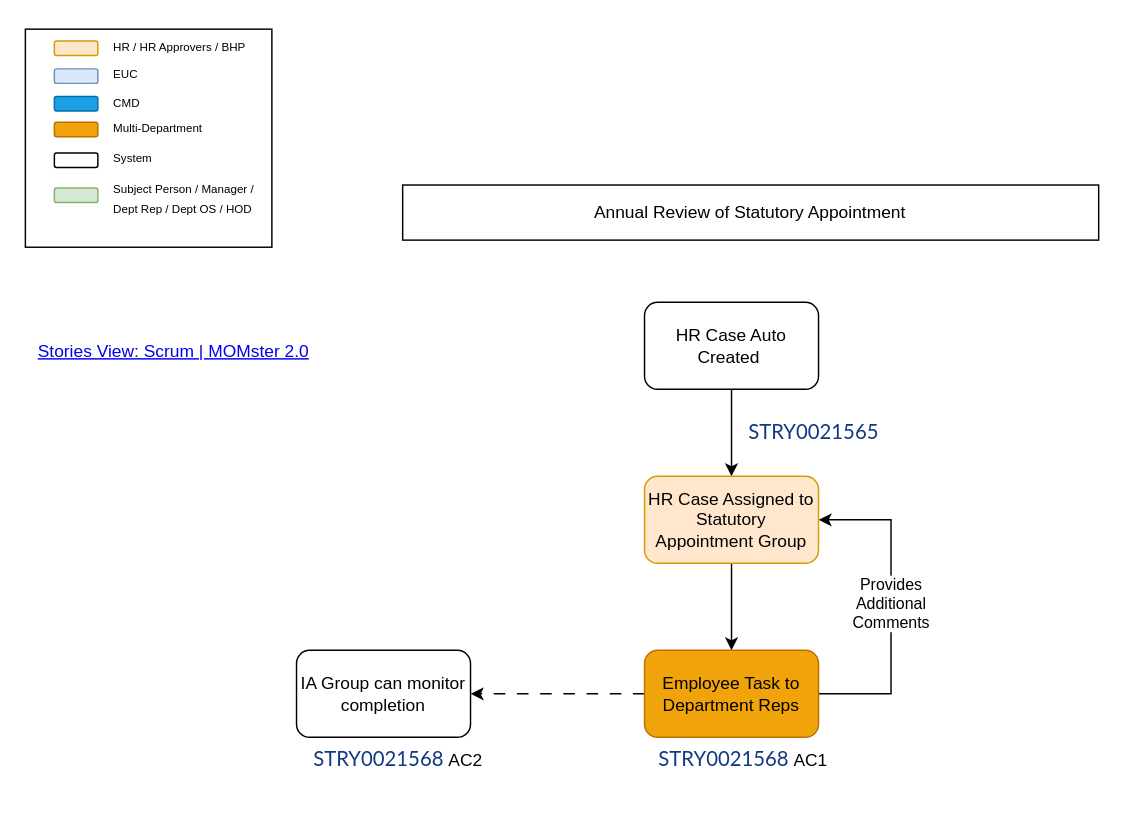
Before: page "Statutory Appointment Annual Review" (5 of 8) of Gazette 2026 Nov - v2.4.drawio in wcquek/EnableFujitsu, a draw.io diagram. Source tidied: cells renumbered, new cells numbered last; positions are measured from the earlier drawing's top-left corner, leaving out a move shared by most shapes. Both pictures are drawn from the tidied source at 145%, with x=0, y=0 at pixel (25, 25).
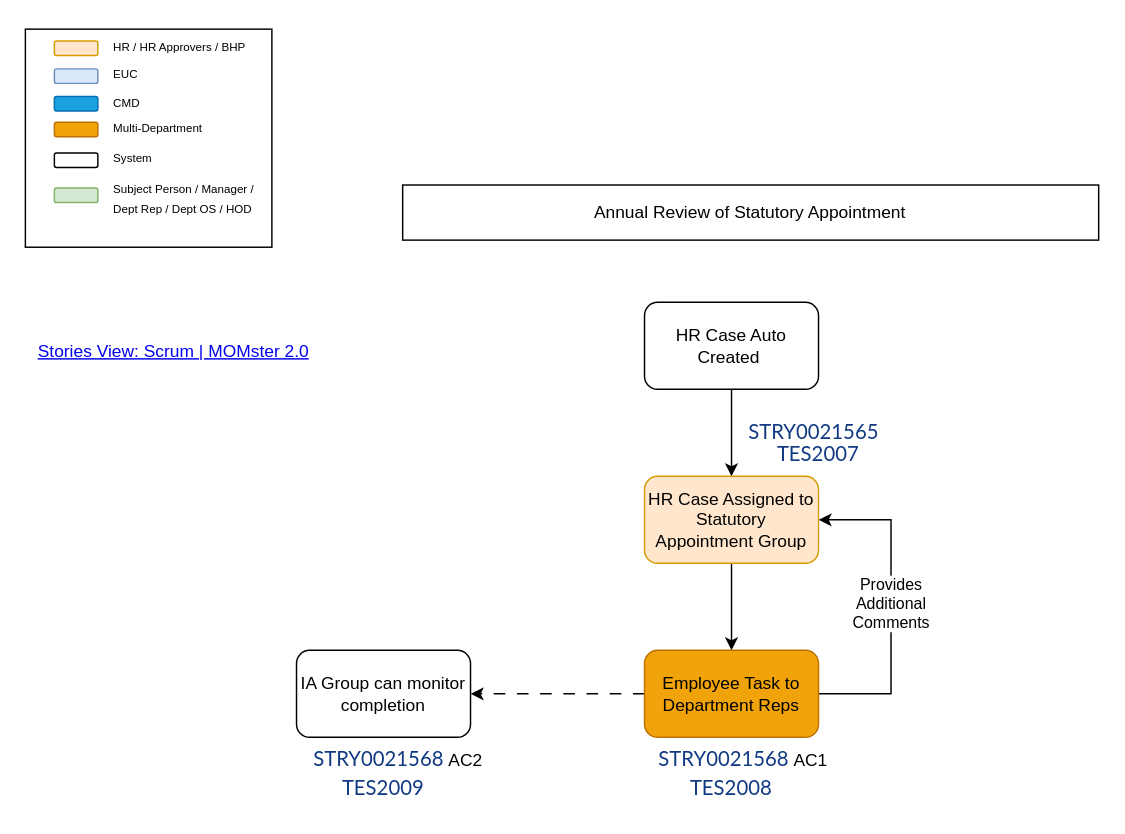
The same page after the edit.

The edit, as a diff of the source:
```diff
@@
+    <mxCell id="29" value="&lt;a class=&quot;linked formlink&quot; aria-label=&quot;Open record: TES2007&quot; href=&quot;https://momster-uat.mom.gov.sg/u_test_scripts.do?sys_id=97feed968d585f1060614a0355507c06&amp;amp;sysparm_record_target=u_test_scripts&amp;amp;sysparm_record_row=9&amp;amp;sysparm_record_rows=715&amp;amp;sysparm_record_list=ORDERBYDESCnumber&quot; style=&quot;text-align: left; background: 0px 0px; box-sizing: border-box; scrollbar-color: rgb(82, 113, 129) rgb(245, 246, 247); scrollbar-width: auto; cursor: pointer; text-decoration: none; transition: color 0.3s cubic-bezier(0.075, 0.82, 0.165, 1); font-size: 14px; font-family: Lato, Arial, sans-serif; color: rgb(17, 58, 130);&quot;&gt;TES2007&lt;/a&gt;" style="text;html=1;whiteSpace=wrap;strokeColor=none;fillColor=none;align=center;verticalAlign=middle;rounded=0;" parent="1" vertex="1">
+      <mxGeometry x="517" y="281" width="60" height="30" as="geometry" />
+    </mxCell>
+    <mxCell id="30" value="&lt;a class=&quot;linked formlink&quot; aria-label=&quot;Open record: TES2008&quot; href=&quot;https://momster-uat.mom.gov.sg/u_test_scripts.do?sys_id=6d6f2dd68d585f1060614a0355507cfb&amp;amp;sysparm_record_target=u_test_scripts&amp;amp;sysparm_record_row=8&amp;amp;sysparm_record_rows=715&amp;amp;sysparm_record_list=ORDERBYDESCnumber&quot; style=&quot;text-align: left; background: 0px 0px; box-sizing: border-box; scrollbar-color: rgb(82, 113, 129) rgb(245, 246, 247); scrollbar-width: auto; cursor: pointer; text-decoration: none; transition: color 0.3s cubic-bezier(0.075, 0.82, 0.165, 1); font-size: 14px; font-family: Lato, Arial, sans-serif; color: rgb(17, 58, 130);&quot;&gt;TES2008&lt;/a&gt;" style="text;html=1;whiteSpace=wrap;strokeColor=none;fillColor=none;align=center;verticalAlign=middle;rounded=0;" parent="1" vertex="1">
+      <mxGeometry x="457" y="511" width="60" height="30" as="geometry" />
+    </mxCell>
+    <mxCell id="31" value="&lt;a class=&quot;linked formlink&quot; aria-label=&quot;Open record: TES2009&quot; href=&quot;https://momster-uat.mom.gov.sg/u_test_scripts.do?sys_id=17afe51a8d585f1060614a0355507ca7&amp;amp;sysparm_record_target=u_test_scripts&amp;amp;sysparm_record_row=7&amp;amp;sysparm_record_rows=715&amp;amp;sysparm_record_list=ORDERBYDESCnumber&quot; style=&quot;text-align: left; background: 0px 0px; box-sizing: border-box; scrollbar-color: rgb(82, 113, 129) rgb(245, 246, 247); scrollbar-width: auto; cursor: pointer; text-decoration: none; transition: color 0.3s cubic-bezier(0.075, 0.82, 0.165, 1); font-size: 14px; font-family: Lato, Arial, sans-serif; color: rgb(17, 58, 130);&quot;&gt;TES2009&lt;/a&gt;" style="text;html=1;whiteSpace=wrap;strokeColor=none;fillColor=none;align=center;verticalAlign=middle;rounded=0;" parent="1" vertex="1">
+      <mxGeometry x="217" y="511" width="60" height="30" as="geometry" />
+    </mxCell>
```
